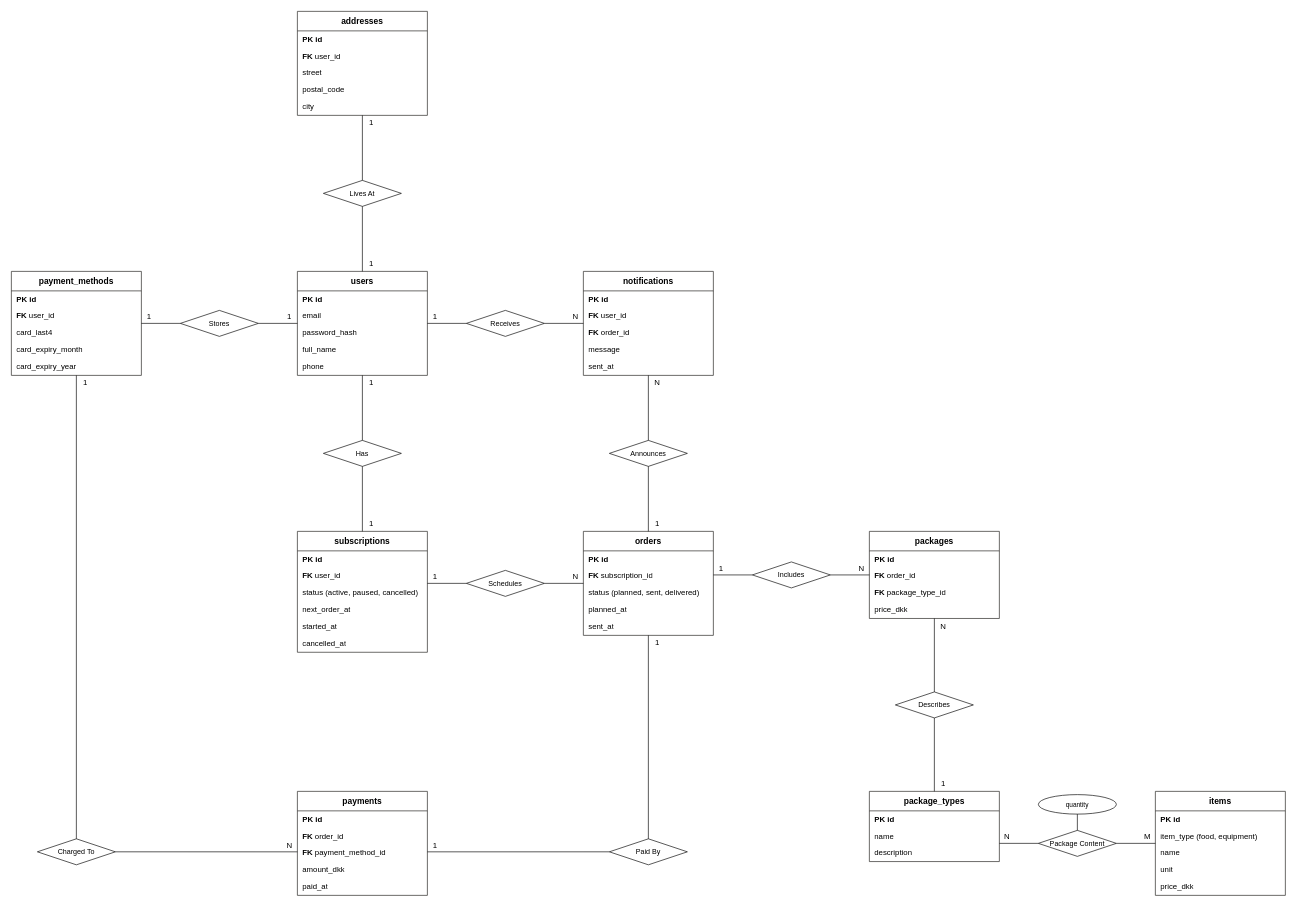
Before: docs/assets/drawio/er-diagram.drawio in Mosekjaer/prepmeup, a draw.io diagram. Source tidied: cells renumbered, new cells numbered last; positions are measured from the earlier drawing's top-left corner, leaving out a move shared by most shapes. Both pictures are drawn from the tidied source at 65%, with x=0, y=0 at pixel (11, 11).
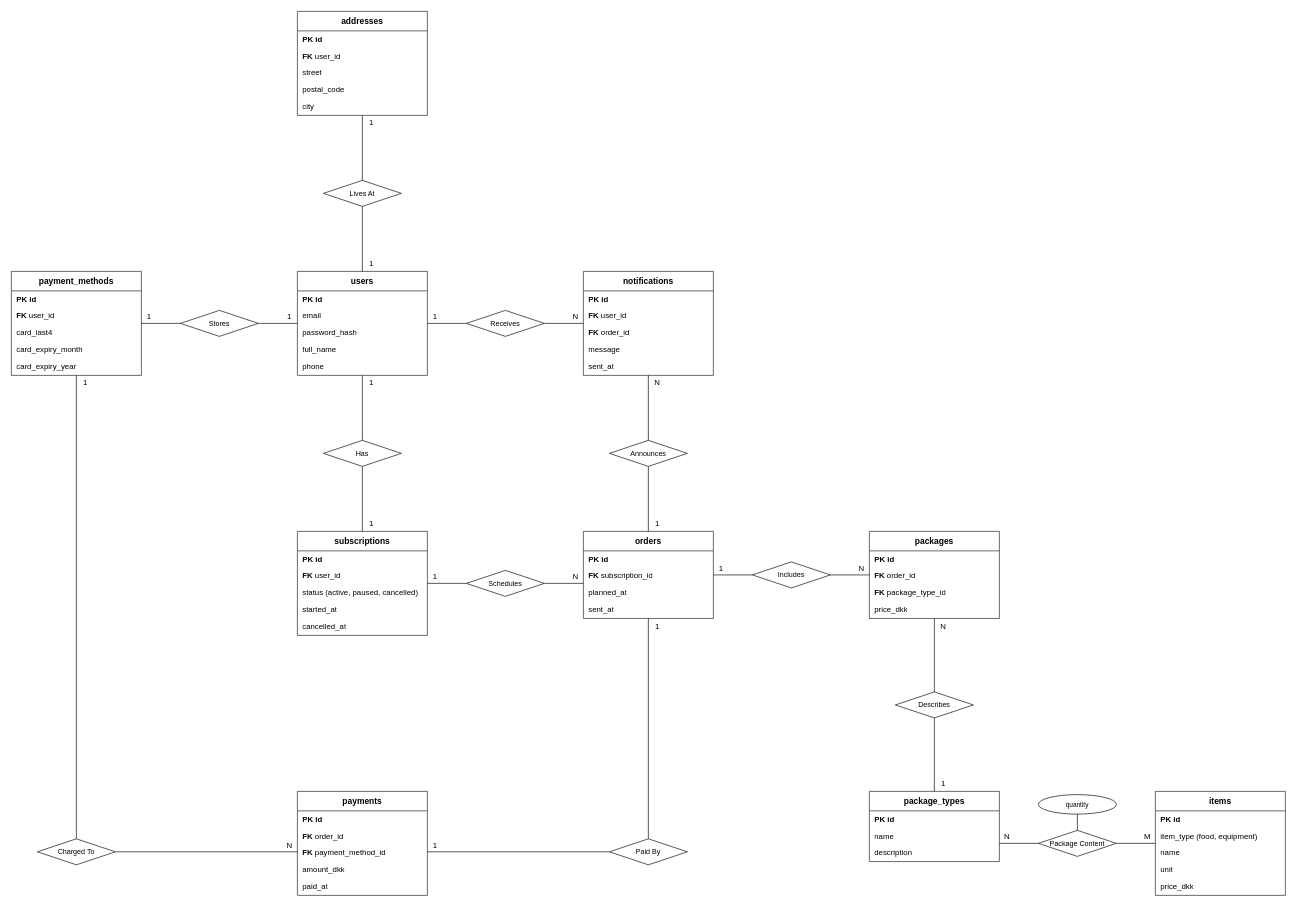
After the change.

Commit message (it also covers changes not shown here):
docs: derive order status and drop next order date

Order status follows from sent_at (planned or sent), and delivery is not tracked. The next order date is the planned date of the planned order, so subscriptions no longer store it.

The change refers to these unchanged cells:
```xml
<mxCell id="80" value="Schedules" style="rhombus;whiteSpace=wrap;html=1;fontSize=11;" parent="1" vertex="1">
  <mxGeometry x="700" y="860" width="120" height="40" as="geometry" />
</mxCell>
<mxCell id="90" value="Includes" style="rhombus;whiteSpace=wrap;html=1;fontSize=11;" parent="1" vertex="1">
  <mxGeometry x="1140" y="847" width="120" height="40" as="geometry" />
</mxCell>
```

The edit, as a diff of the source:
```diff
@@
     <mxCell id="26" value="subscriptions" style="swimlane;fontStyle=1;horizontal=1;startSize=30;fillColor=#FFFFFF;strokeColor=#1c1b18;strokeWidth=1;fontFamily=Helvetica;fontSize=13;" parent="1" vertex="1">
-      <mxGeometry x="440" y="800" width="200" height="186" as="geometry" />
+      <mxGeometry x="440" y="800" width="200" height="160" as="geometry" />
     </mxCell>
@@
-    <mxCell id="30" value="next_order_at" style="text;strokeColor=none;fillColor=none;align=left;verticalAlign=middle;spacingLeft=6;spacingRight=4;overflow=hidden;fontSize=12;fontFamily=Helvetica;html=1;" parent="26" vertex="1">
+    <mxCell id="30" value="started_at" style="text;strokeColor=none;fillColor=none;align=left;verticalAlign=middle;spacingLeft=6;spacingRight=4;overflow=hidden;fontSize=12;fontFamily=Helvetica;html=1;" parent="26" vertex="1">
       <mxGeometry y="108" width="200" height="26" as="geometry" />
     </mxCell>
-    <mxCell id="31" value="started_at" style="text;strokeColor=none;fillColor=none;align=left;verticalAlign=middle;spacingLeft=6;spacingRight=4;overflow=hidden;fontSize=12;fontFamily=Helvetica;html=1;" parent="26" vertex="1">
+    <mxCell id="31" value="cancelled_at" style="text;strokeColor=none;fillColor=none;align=left;verticalAlign=middle;spacingLeft=6;spacingRight=4;overflow=hidden;fontSize=12;fontFamily=Helvetica;html=1;" parent="26" vertex="1">
       <mxGeometry y="134" width="200" height="26" as="geometry" />
     </mxCell>
-    <mxCell id="32" value="cancelled_at" style="text;strokeColor=none;fillColor=none;align=left;verticalAlign=middle;spacingLeft=6;spacingRight=4;overflow=hidden;fontSize=12;fontFamily=Helvetica;html=1;" parent="26" vertex="1">
-      <mxGeometry y="160" width="200" height="26" as="geometry" />
-    </mxCell>
     <mxCell id="33" value="orders" style="swimlane;fontStyle=1;horizontal=1;startSize=30;fillColor=#FFFFFF;strokeColor=#1c1b18;strokeWidth=1;fontFamily=Helvetica;fontSize=13;" parent="1" vertex="1">
-      <mxGeometry x="880" y="800" width="200" height="160" as="geometry" />
+      <mxGeometry x="880" y="800" width="200" height="134" as="geometry" />
     </mxCell>
@@
-    <mxCell id="36" value="status (planned, sent, delivered)" style="text;strokeColor=none;fillColor=none;align=left;verticalAlign=middle;spacingLeft=6;spacingRight=4;overflow=hidden;fontSize=12;fontFamily=Helvetica;html=1;" parent="33" vertex="1">
+    <mxCell id="36" value="planned_at" style="text;strokeColor=none;fillColor=none;align=left;verticalAlign=middle;spacingLeft=6;spacingRight=4;overflow=hidden;fontSize=12;fontFamily=Helvetica;html=1;" parent="33" vertex="1">
       <mxGeometry y="82" width="200" height="26" as="geometry" />
     </mxCell>
-    <mxCell id="37" value="planned_at" style="text;strokeColor=none;fillColor=none;align=left;verticalAlign=middle;spacingLeft=6;spacingRight=4;overflow=hidden;fontSize=12;fontFamily=Helvetica;html=1;" parent="33" vertex="1">
+    <mxCell id="37" value="sent_at" style="text;strokeColor=none;fillColor=none;align=left;verticalAlign=middle;spacingLeft=6;spacingRight=4;overflow=hidden;fontSize=12;fontFamily=Helvetica;html=1;" parent="33" vertex="1">
       <mxGeometry y="108" width="200" height="26" as="geometry" />
     </mxCell>
-    <mxCell id="38" value="sent_at" style="text;strokeColor=none;fillColor=none;align=left;verticalAlign=middle;spacingLeft=6;spacingRight=4;overflow=hidden;fontSize=12;fontFamily=Helvetica;html=1;" parent="33" vertex="1">
-      <mxGeometry y="134" width="200" height="26" as="geometry" />
-    </mxCell>
@@
-    <mxCell id="81" style="endArrow=none;html=1;rounded=0;exitX=0;exitY=0.5000;exitDx=0;exitDy=0;entryX=1;entryY=0.4301;entryDx=0;entryDy=0;" parent="1" edge="1" source="80" target="26">
+    <mxCell id="81" style="endArrow=none;html=1;rounded=0;exitX=0;exitY=0.5000;exitDx=0;exitDy=0;entryX=1;entryY=0.5000;entryDx=0;entryDy=0;" parent="1" edge="1" source="80" target="26">
       <mxGeometry relative="1" as="geometry" />
     </mxCell>
@@
-    <mxCell id="83" style="endArrow=none;html=1;rounded=0;exitX=1;exitY=0.5000;exitDx=0;exitDy=0;entryX=0;entryY=0.5000;entryDx=0;entryDy=0;" parent="1" edge="1" source="80" target="33">
+    <mxCell id="83" style="endArrow=none;html=1;rounded=0;exitX=1;exitY=0.5000;exitDx=0;exitDy=0;entryX=0;entryY=0.5970;entryDx=0;entryDy=0;" parent="1" edge="1" source="80" target="33">
       <mxGeometry relative="1" as="geometry" />
     </mxCell>
@@
-    <mxCell id="91" style="endArrow=none;html=1;rounded=0;exitX=0;exitY=0.5000;exitDx=0;exitDy=0;entryX=1;entryY=0.4188;entryDx=0;entryDy=0;" parent="1" edge="1" source="90" target="33">
+    <mxCell id="91" style="endArrow=none;html=1;rounded=0;exitX=0;exitY=0.5000;exitDx=0;exitDy=0;entryX=1;entryY=0.5000;entryDx=0;entryDy=0;" parent="1" edge="1" source="90" target="33">
       <mxGeometry relative="1" as="geometry" />
     </mxCell>
@@
     <mxCell id="109" value="1" style="text;html=1;whiteSpace=wrap;strokeColor=none;fillColor=none;align=center;verticalAlign=middle;rounded=0;" parent="1" vertex="1">
-      <mxGeometry x="984" y="962" width="20" height="20" as="geometry" />
+      <mxGeometry x="984" y="936" width="20" height="20" as="geometry" />
     </mxCell>
```
